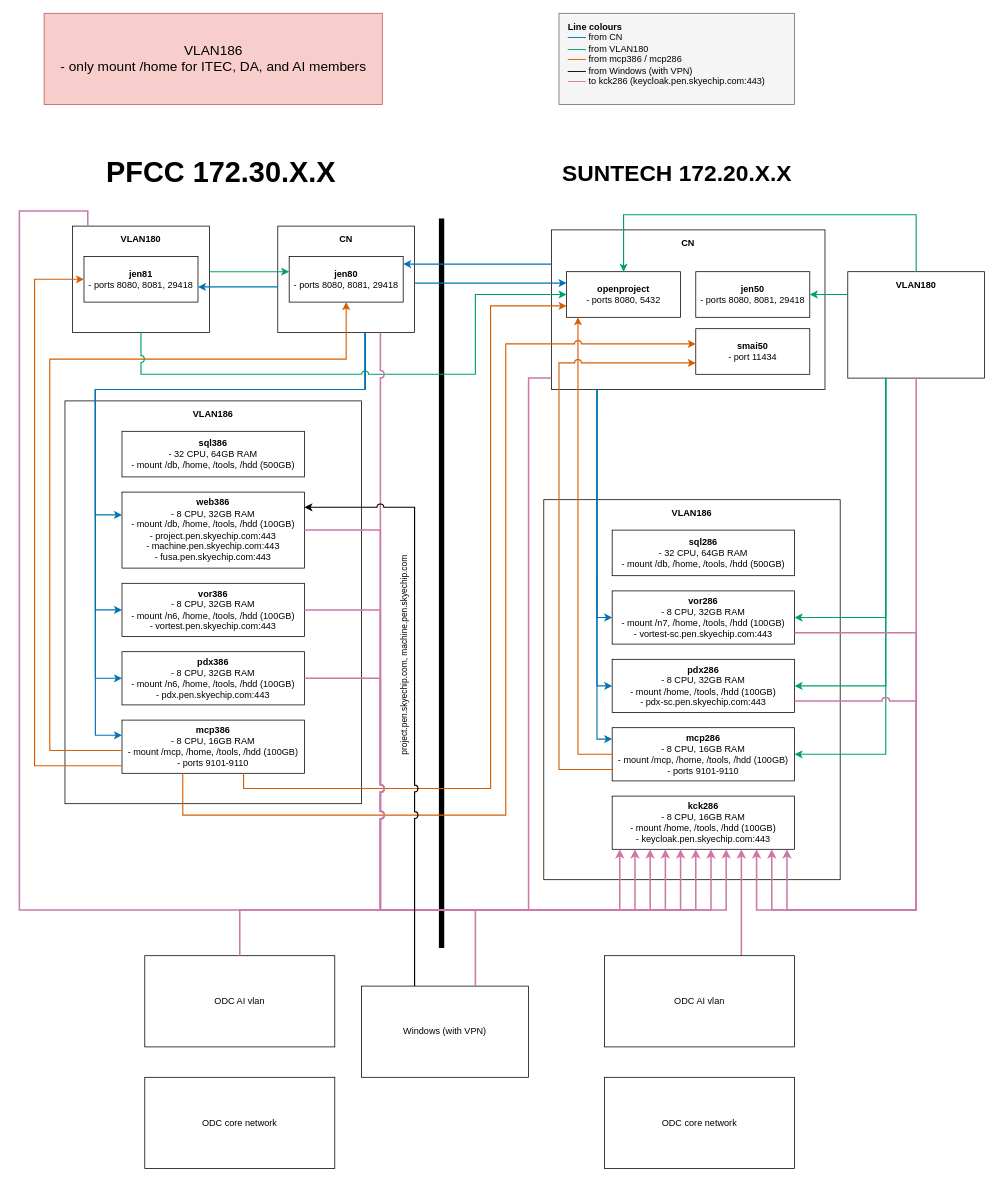
Above: vlan186_cleaned_v2.drawio in yk2274/tmp (draw.io), before the change. Source tidied: cells renumbered, new cells numbered last; positions are measured from the earlier drawing's top-left corner, leaving out a move shared by most shapes. Both pictures are drawn from the tidied source at 76%, with x=0, y=0 at pixel (19, 13).
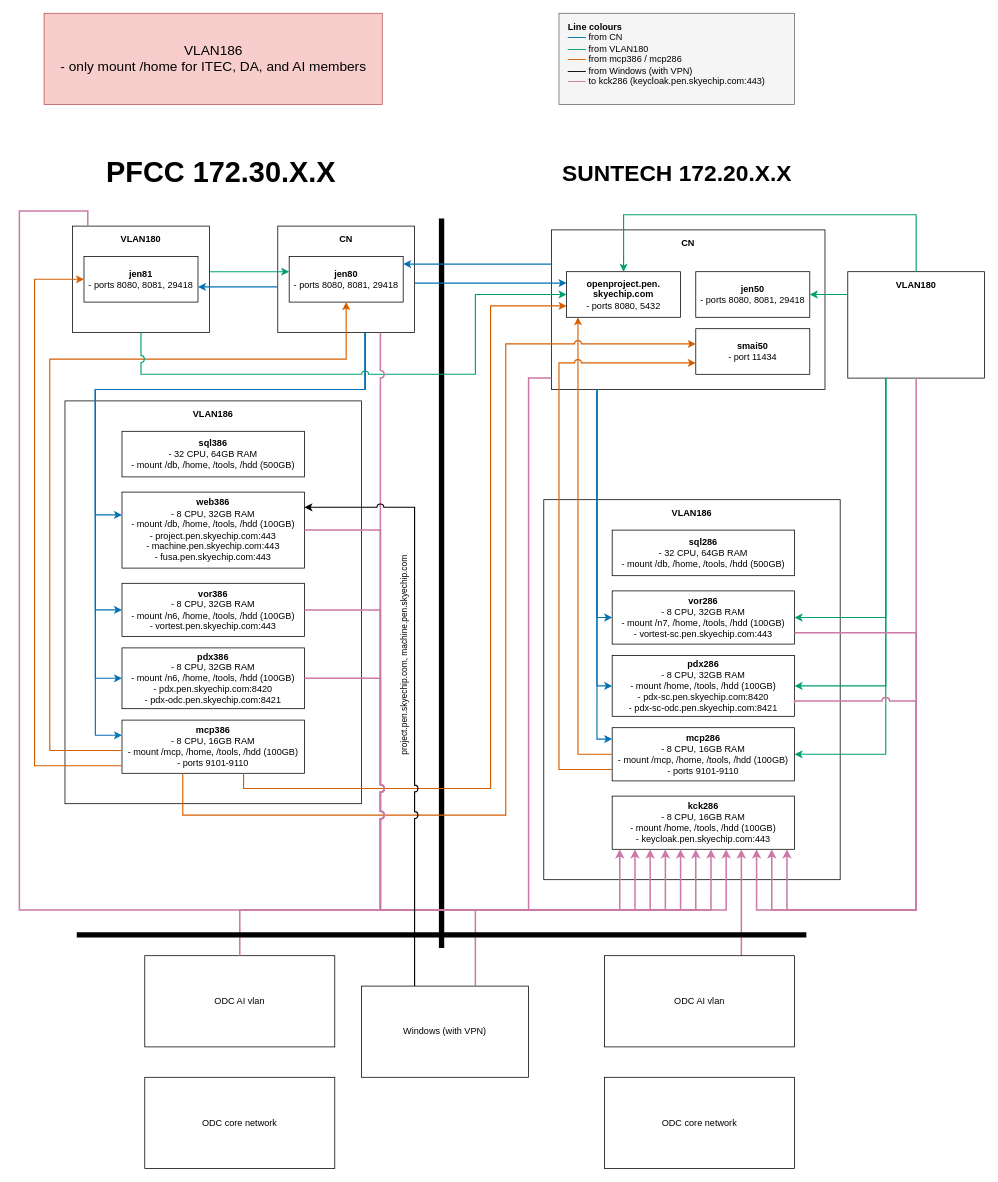
After the change.

Unchanged cells that the change refers to:
```xml
<mxCell id="2" style="group;" parent="1" vertex="1">
  <mxGeometry x="60" y="510" width="390" height="530" as="geometry" />
</mxCell>
<mxCell id="19" style="group;" parent="1" vertex="1">
  <mxGeometry x="700" y="285" width="360" height="210" as="geometry" />
</mxCell>
<mxCell id="25" style="group;" parent="1" vertex="1">
  <mxGeometry x="690" y="640" width="390" height="500" as="geometry" />
</mxCell>
```

Change to the diagram source:
```diff
@@
-    <mxCell id="7" value="&lt;b&gt;pdx386&lt;/b&gt;&lt;div&gt;- 8 CPU, 32GB RAM&lt;/div&gt;&lt;div&gt;- mount /n6, /home, /tools, /hdd (100GB)&lt;/div&gt;&lt;div&gt;- pdx.pen.skyechip.com:443&lt;/div&gt;" style="rounded=0;whiteSpace=wrap;html=1;" parent="2" vertex="1">
-      <mxGeometry x="75" y="330" width="240" height="70" as="geometry" />
+    <mxCell id="7" value="&lt;b&gt;pdx386&lt;/b&gt;&lt;div&gt;- 8 CPU, 32GB RAM&lt;/div&gt;&lt;div&gt;- mount /n6, /home, /tools, /hdd (100GB)&lt;/div&gt;&lt;div&gt;- pdx.pen.skyechip.com:8420&lt;/div&gt;&lt;div&gt;- pdx-odc.pen.skyechip.com:8421&lt;/div&gt;" style="rounded=0;whiteSpace=wrap;html=1;" parent="2" vertex="1">
+      <mxGeometry x="75" y="325" width="240" height="80" as="geometry" />
     </mxCell>
@@
-    <mxCell id="22" value="&lt;b&gt;openproject&lt;/b&gt;&lt;div&gt;- ports 8080, 5432&lt;/div&gt;" style="rounded=0;whiteSpace=wrap;html=1;" parent="19" vertex="1">
+    <mxCell id="22" value="&lt;b&gt;openproject.pen.&lt;/b&gt;&lt;div&gt;&lt;b&gt;skyechip.com&lt;/b&gt;&lt;div&gt;- ports 8080, 5432&lt;/div&gt;&lt;/div&gt;" style="rounded=0;whiteSpace=wrap;html=1;" parent="19" vertex="1">
       <mxGeometry x="20" y="55" width="150" height="60" as="geometry" />
     </mxCell>
@@
-    <mxCell id="29" value="&lt;b&gt;pdx286&lt;/b&gt;&lt;div&gt;- 8 CPU, 32GB RAM&lt;/div&gt;&lt;div&gt;- mount /home, /tools, /hdd (100GB)&lt;/div&gt;&lt;div&gt;- pdx-sc.pen.skyechip.com:443&lt;/div&gt;" style="rounded=0;whiteSpace=wrap;html=1;" parent="25" vertex="1">
-      <mxGeometry x="90" y="210" width="240" height="70" as="geometry" />
+    <mxCell id="29" value="&lt;b&gt;pdx286&lt;/b&gt;&lt;div&gt;- 8 CPU, 32GB RAM&lt;/div&gt;&lt;div&gt;- mount /home, /tools, /hdd (100GB)&lt;/div&gt;&lt;div&gt;- pdx-sc.pen.skyechip.com:8420&lt;/div&gt;&lt;div&gt;- pdx-sc-odc.pen.skyechip.com:8421&lt;/div&gt;" style="rounded=0;whiteSpace=wrap;html=1;" parent="25" vertex="1">
+      <mxGeometry x="90" y="205" width="240" height="80" as="geometry" />
     </mxCell>
@@
+    <mxCell id="76" style="line;strokeWidth=7;direction=south;html=1;rotation=-90;" parent="1" vertex="1">
+      <mxGeometry x="538" y="732.5" width="35" height="960" as="geometry" />
+    </mxCell>
```
